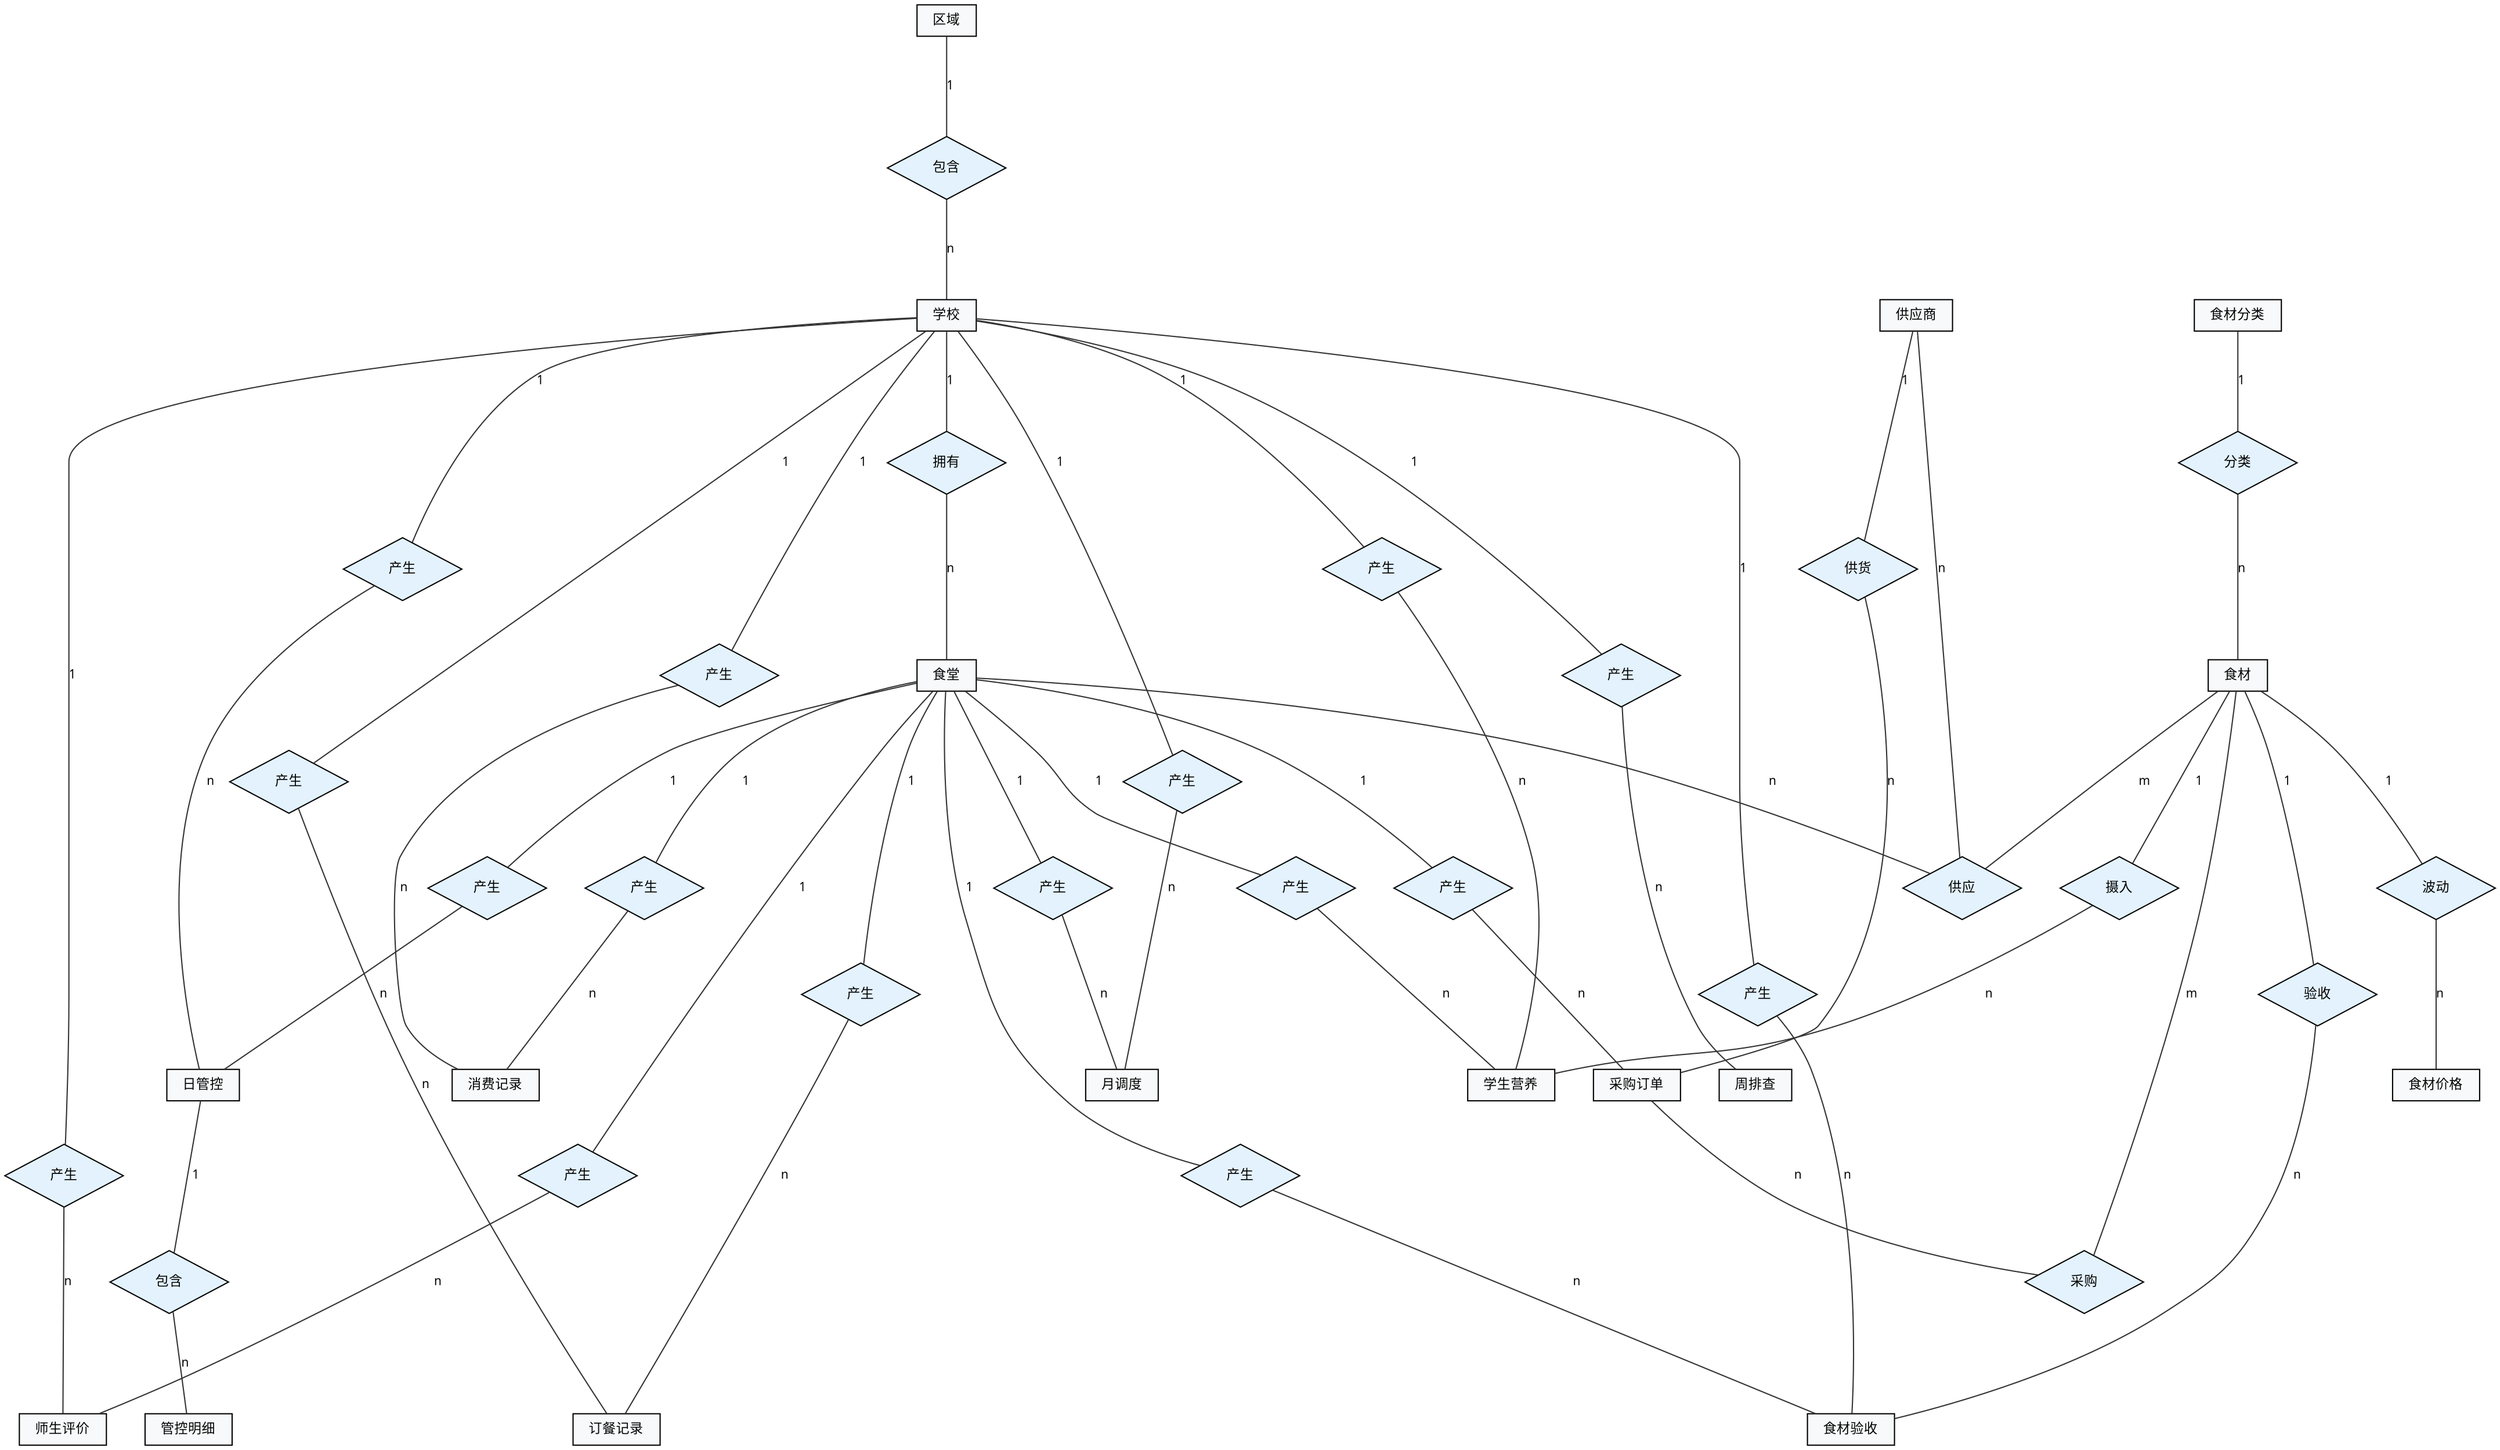
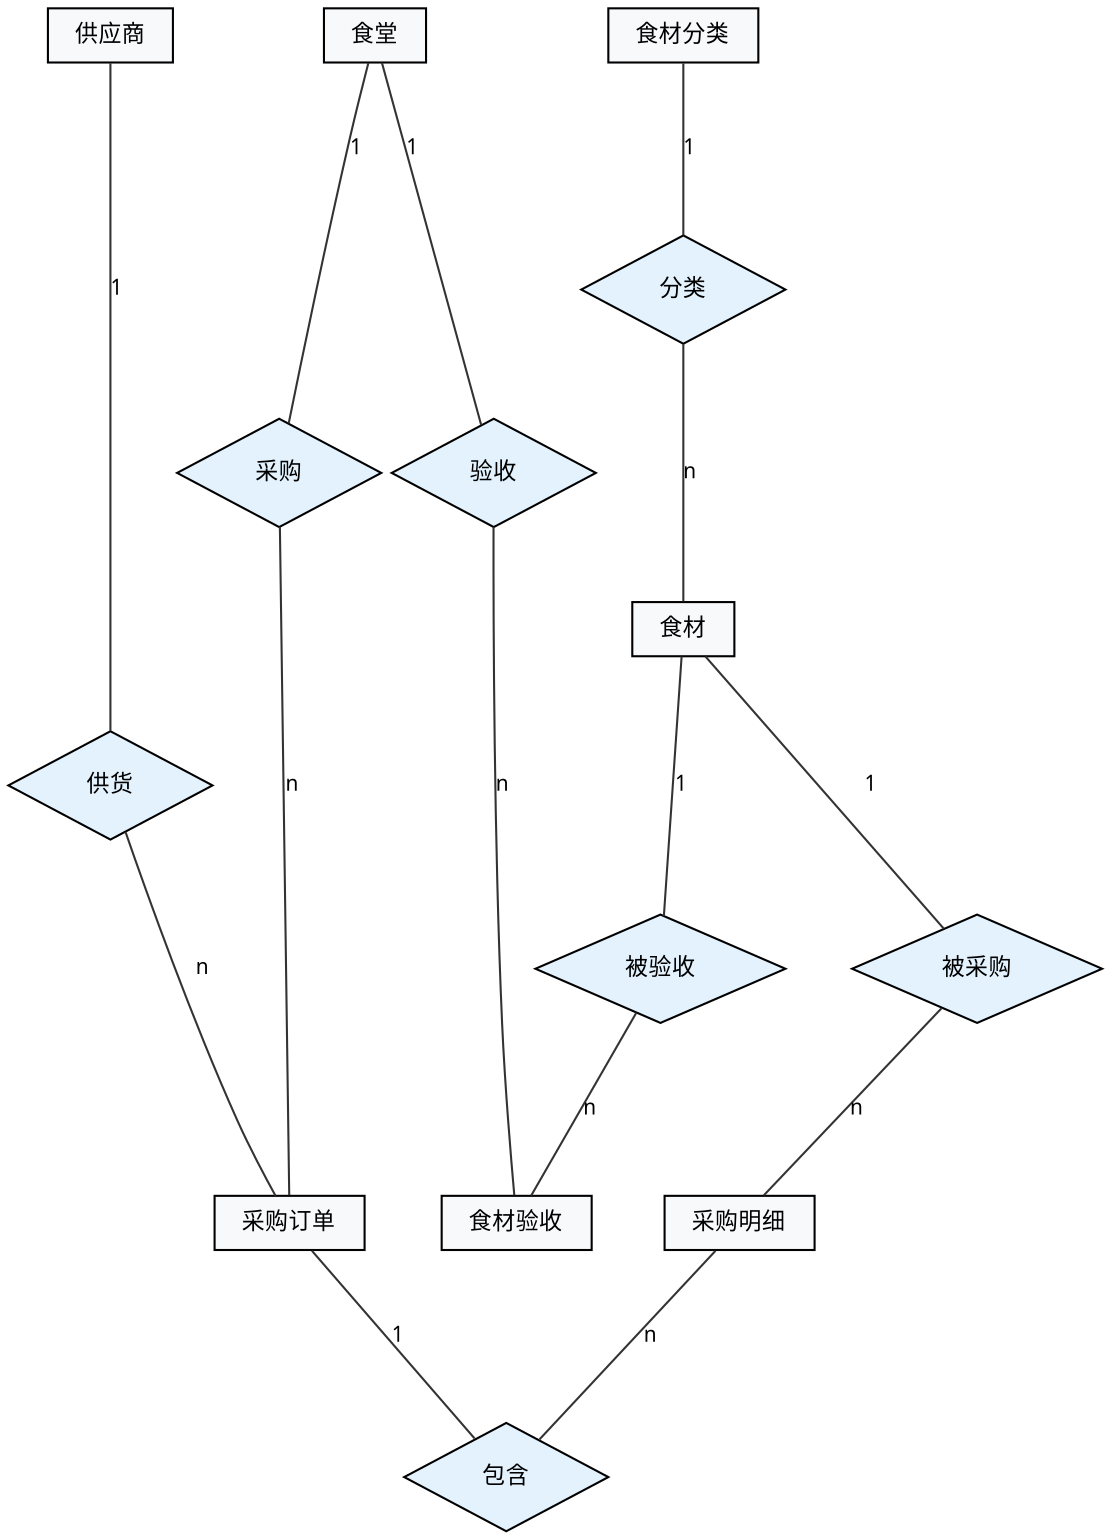
digraph ER {
    graph [fontname="Microsoft YaHei", fontsize=12, rankdir=TB,
           bgcolor=white, margin=0, nodesep=0.45, ranksep=1.0];
    node [fontname="Microsoft YaHei", fontsize=11,
          shape=rectangle, style=filled, fillcolor="#f8f9fa",
          width=0, height=0, margin="0.18,0.10"];
    edge [fontname="Microsoft YaHei", fontsize=10,
          arrowhead=none, color="#333333"];

    /* ============================================================
-        第一层：区域
-        ============================================================ */
-     Region [label="区域"];
- 
-     /* ============================================================
-        第二层：学校、供应商、食材分类
+        第一层：基础档案实体
       ============================================================ */
    { rank=same;
-       School [label="学校"];
+       Canteen [label="食堂"];
      Supplier [label="供应商"];
      IngCat [label="食材分类"];
    }

    /* ============================================================
-        第三层：食堂、食材
+        第二层：食材
+        ============================================================ */
+     Ingredient [label="食材"];
+ 
+     /* ============================================================
+        第三层：采购订单、采购明细
       ============================================================ */
    { rank=same;
-       Canteen [label="食堂"];
-       Ingredient [label="食材"];
+       Purchase [label="采购订单"];
+       PurItem [label="采购明细"];
    }

    /* ============================================================
-        第四层：采购订单、食材价格
+        第四层：业务记录
       ============================================================ */
-     { rank=same;
-       Purchase [label="采购订单"];
-       PriceRec [label="食材价格"];
-     }
- 
-     /* ============================================================
-        第五层：日管控、周排查、月调度
-        ============================================================ */
-     { rank=same;
-       DailyCtrl [label="日管控"];
-       WeeklyInsp [label="周排查"];
-       MonthlyDisp [label="月调度"];
-     }
- 
-     /* ============================================================
-        第六层：订餐记录、食材验收、师生评价、管控明细
-        ============================================================ */
-     { rank=same;
-       Order [label="订餐记录"];
-       IngAccept [label="食材验收"];
-       Evaluation [label="师生评价"];
-       DCItem [label="管控明细"];
-     }
- 
-     /* ============================================================
-        第七层：学生营养、消费记录
-        ============================================================ */
-     { rank=same;
-       StuNutri [label="学生营养"];
-       Consump [label="消费记录"];
-     }
+     IngAccept [label="食材验收"];

    /* ============================================================
       关系定义
       ============================================================ */

-     /* 区域 包含 学校 */
-     R1 [shape=diamond, label="包含", fillcolor="#e3f2fd"];
-     Region -> R1 [label="1", len=0.3];
-     R1 -> School [label="n", len=0.3];
+     /* 食材分类 分类 食材 */
+     R1 [shape=diamond, label="分类", fillcolor="#e3f2fd"];
+     IngCat -> R1 [label="1", len=0.3];
+     R1 -> Ingredient [label="n", len=0.3];

-     /* 学校 拥有 食堂 */
-     R2 [shape=diamond, label="拥有", fillcolor="#e3f2fd"];
-     School -> R2 [label="1", len=0.3];
-     R2 -> Canteen [label="n", len=0.3];
- 
-     /* 食材分类 分类 食材 */
-     R3 [shape=diamond, label="分类", fillcolor="#e3f2fd"];
-     IngCat -> R3 [label="1", len=0.3];
-     R3 -> Ingredient [label="n", len=0.3];
- 
-     /* 三元关系：供应商 + 食堂 + 食材 供应 */
-     R_supply [shape=diamond, label="供应", fillcolor="#e3f2fd"];
-     Supplier -> R_supply [label="n", len=0.4];
-     Canteen -> R_supply [label="n", len=0.4];
-     R_supply -> Ingredient [label="m", len=0.4];
+     /* 食堂 采购 采购订单 */
+     R2 [shape=diamond, label="采购", fillcolor="#e3f2fd"];
+     Canteen -> R2 [label="1", len=0.3];
+     R2 -> Purchase [label="n", len=0.3];

    /* 供应商 供货 采购订单 */
-     R4 [shape=diamond, label="供货", fillcolor="#e3f2fd"];
-     Supplier -> R4 [label="1", len=0.3];
-     R4 -> Purchase [label="n", len=0.3];
+     R3 [shape=diamond, label="供货", fillcolor="#e3f2fd"];
+     Supplier -> R3 [label="1", len=0.3];
+     R3 -> Purchase [label="n", len=0.3];

-     /* 食堂 产生 采购订单 */
-     R5 [shape=diamond, label="产生", fillcolor="#e3f2fd"];
-     Canteen -> R5 [label="1", len=0.3];
-     R5 -> Purchase [label="n", len=0.3];
+     /* 采购订单 包含 采购明细 */
+     R4 [shape=diamond, label="包含", fillcolor="#e3f2fd"];
+     Purchase -> R4 [label="1", len=0.3];
+     R4 -> PurItem [label="n", len=0.3];

-     /* 采购订单 采购 食材 */
-     R_purchase [shape=diamond, label="采购", fillcolor="#e3f2fd"];
-     Purchase -> R_purchase [label="n", len=0.3];
-     R_purchase -> Ingredient [label="m", len=0.3];
+     /* 食材 被采购 采购明细 */
+     R5 [shape=diamond, label="被采购", fillcolor="#e3f2fd"];
+     Ingredient -> R5 [label="1", len=0.3];
+     R5 -> PurItem [label="n", len=0.3];

-     /* 食材 波动 食材价格 */
-     R6 [shape=diamond, label="波动", fillcolor="#e3f2fd"];
-     Ingredient -> R6 [label="1", len=0.3];
-     R6 -> PriceRec [label="n", len=0.3];
+     /* 食堂 验收 食材验收 */
+     R6 [shape=diamond, label="验收", fillcolor="#e3f2fd"];
+     Canteen -> R6 [label="1", len=0.3];
+     R6 -> IngAccept [label="n", len=0.3];

-     /* 学校/食堂 产生 日管控 */
-     R7 [shape=diamond, label="产生", fillcolor="#e3f2fd"];
-     School -> R7 [label="1", len=0.3];
-     R7 -> DailyCtrl [label="n", len=0.3];
- 
-     R8 [shape=diamond, label="产生", fillcolor="#e3f2fd"];
-     Canteen -> R8 [label="1", len=0.3];
-     R8 -> DailyCtrl [label="n", len=0.3];
- 
-     /* 日管控 包含 管控明细 */
-     R9 [shape=diamond, label="包含", fillcolor="#e3f2fd"];
-     DailyCtrl -> R9 [label="1", len=0.3];
-     R9 -> DCItem [label="n", len=0.3];
- 
-     /* 学校 产生 周排查 */
-     R10 [shape=diamond, label="产生", fillcolor="#e3f2fd"];
-     School -> R10 [label="1", len=0.3];
-     R10 -> WeeklyInsp [label="n", len=0.3];
- 
-     /* 学校/食堂 产生 月调度 */
-     R11 [shape=diamond, label="产生", fillcolor="#e3f2fd"];
-     School -> R11 [label="1", len=0.3];
-     R11 -> MonthlyDisp [label="n", len=0.3];
- 
-     R12 [shape=diamond, label="产生", fillcolor="#e3f2fd"];
-     Canteen -> R12 [label="1", len=0.3];
-     R12 -> MonthlyDisp [label="n", len=0.3];
- 
-     /* 学校/食堂 产生 订餐记录 */
-     R13 [shape=diamond, label="产生", fillcolor="#e3f2fd"];
-     School -> R13 [label="1", len=0.3];
-     R13 -> Order [label="n", len=0.3];
- 
-     R14 [shape=diamond, label="产生", fillcolor="#e3f2fd"];
-     Canteen -> R14 [label="1", len=0.3];
-     R14 -> Order [label="n", len=0.3];
- 
-     /* 学校/食堂 产生 食材验收；食材 验收 食材验收 */
-     R15 [shape=diamond, label="产生", fillcolor="#e3f2fd"];
-     School -> R15 [label="1", len=0.3];
-     R15 -> IngAccept [label="n", len=0.3];
- 
-     R16 [shape=diamond, label="产生", fillcolor="#e3f2fd"];
-     Canteen -> R16 [label="1", len=0.3];
-     R16 -> IngAccept [label="n", len=0.3];
- 
-     R17 [shape=diamond, label="验收", fillcolor="#e3f2fd"];
-     Ingredient -> R17 [label="1", len=0.3];
-     R17 -> IngAccept [label="n", len=0.3];
- 
-     /* 学校/食堂 产生 师生评价 */
-     R18 [shape=diamond, label="产生", fillcolor="#e3f2fd"];
-     School -> R18 [label="1", len=0.3];
-     R18 -> Evaluation [label="n", len=0.3];
- 
-     R19 [shape=diamond, label="产生", fillcolor="#e3f2fd"];
-     Canteen -> R19 [label="1", len=0.3];
-     R19 -> Evaluation [label="n", len=0.3];
- 
-     /* 学校/食堂 产生 学生营养；食材 摄入 学生营养 */
-     R20 [shape=diamond, label="产生", fillcolor="#e3f2fd"];
-     School -> R20 [label="1", len=0.3];
-     R20 -> StuNutri [label="n", len=0.3];
- 
-     R21 [shape=diamond, label="产生", fillcolor="#e3f2fd"];
-     Canteen -> R21 [label="1", len=0.3];
-     R21 -> StuNutri [label="n", len=0.3];
- 
-     R22 [shape=diamond, label="摄入", fillcolor="#e3f2fd"];
-     Ingredient -> R22 [label="1", len=0.3];
-     R22 -> StuNutri [label="n", len=0.3];
- 
-     /* 学校/食堂 产生 消费记录 */
-     R23 [shape=diamond, label="产生", fillcolor="#e3f2fd"];
-     School -> R23 [label="1", len=0.3];
-     R23 -> Consump [label="n", len=0.3];
- 
-     R24 [shape=diamond, label="产生", fillcolor="#e3f2fd"];
-     Canteen -> R24 [label="1", len=0.3];
-     R24 -> Consump [label="n", len=0.3];
+     /* 食材 被验收 食材验收 */
+     R7 [shape=diamond, label="被验收", fillcolor="#e3f2fd"];
+     Ingredient -> R7 [label="1", len=0.3];
+     R7 -> IngAccept [label="n", len=0.3];
}
